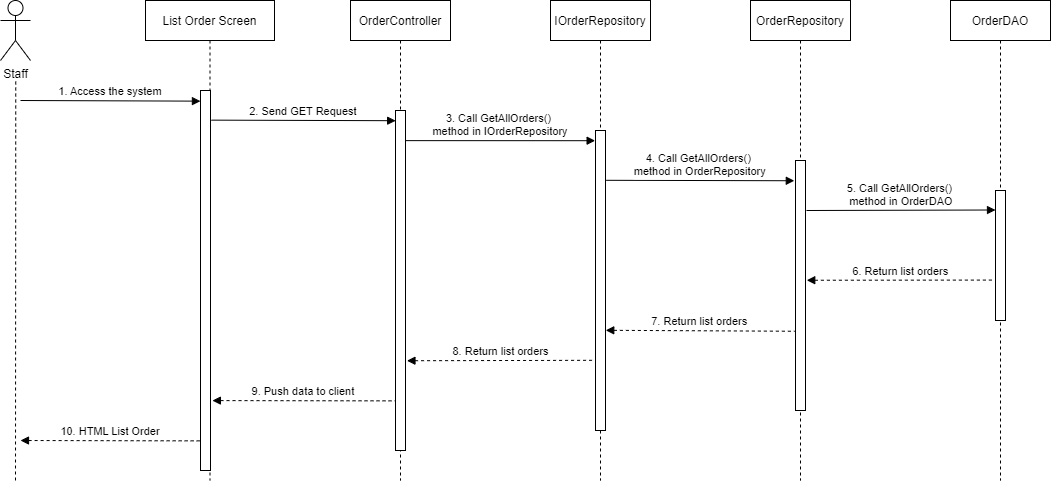
This is Documentation/Diagram/Sequence Diagrams/(Staff) List Order Sequence Diagram.drawio.png from nguyenthegiang/fu-house-finder, a draw.io export, as it was before one commit. Source tidied: cells renumbered, new cells last; positions are measured from the earlier drawing's top-left corner, leaving out a move shared by most shapes.
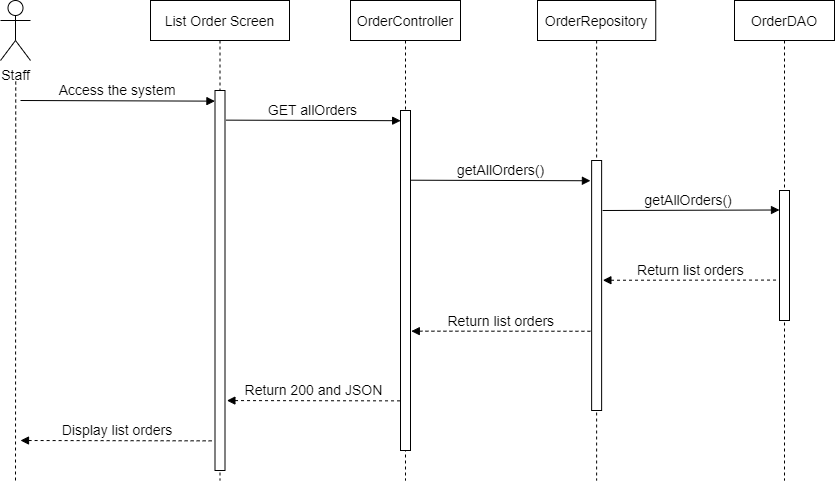
The same diagram one commit later.

Diff of the diagram source:
```diff
@@ -2,80 +2,66 @@
   <root>
     <mxCell id="0" />
     <mxCell id="1" parent="0" />
-    <mxCell id="2" value="List Order Screen" style="shape=umlLifeline;perimeter=lifelinePerimeter;rounded=0;shadow=0;strokeWidth=1;" parent="1" vertex="1">
-      <mxGeometry x="145" width="129" height="480" as="geometry" />
+    <mxCell id="2" value="List Order Screen" style="shape=umlLifeline;perimeter=lifelinePerimeter;rounded=0;shadow=0;strokeWidth=1;fontSize=14;" parent="1" vertex="1">
+      <mxGeometry x="226" y="639" width="139" height="480" as="geometry" />
     </mxCell>
-    <mxCell id="3" style="points=[];perimeter=orthogonalPerimeter;rounded=0;shadow=0;strokeWidth=1;" parent="2" vertex="1">
-      <mxGeometry x="55" y="90" width="10" height="380" as="geometry" />
-    </mxCell>
+    <mxCell id="24" style="points=[];perimeter=orthogonalPerimeter;rounded=0;shadow=0;strokeWidth=1;fontSize=14;" parent="2" vertex="1">
+      <mxGeometry x="64.5" y="90" width="10" height="380" as="geometry" />
+    </mxCell>
-    <mxCell id="4" value="OrderController" style="shape=umlLifeline;perimeter=lifelinePerimeter;rounded=0;shadow=0;strokeWidth=1;" parent="1" vertex="1">
-      <mxGeometry x="350" width="100" height="480" as="geometry" />
+    <mxCell id="4" value="OrderController" style="shape=umlLifeline;perimeter=lifelinePerimeter;rounded=0;shadow=0;strokeWidth=1;fontSize=14;" parent="1" vertex="1">
+      <mxGeometry x="426" y="639" width="110" height="480" as="geometry" />
     </mxCell>
-    <mxCell id="5" style="points=[];perimeter=orthogonalPerimeter;rounded=0;shadow=0;strokeWidth=1;" parent="4" vertex="1">
-      <mxGeometry x="45" y="110" width="10" height="340" as="geometry" />
-    </mxCell>
+    <mxCell id="25" style="points=[];perimeter=orthogonalPerimeter;rounded=0;shadow=0;strokeWidth=1;fontSize=14;" parent="4" vertex="1">
+      <mxGeometry x="50" y="110" width="10" height="340" as="geometry" />
+    </mxCell>
-    <mxCell id="6" value="Staff" style="shape=umlActor;verticalLabelPosition=bottom;verticalAlign=top;html=1;" parent="1" vertex="1">
-      <mxGeometry width="30" height="60" as="geometry" />
+    <mxCell id="6" value="Staff" style="shape=umlActor;verticalLabelPosition=bottom;verticalAlign=top;html=1;fontSize=14;" parent="1" vertex="1">
+      <mxGeometry x="76" y="639" width="30" height="60" as="geometry" />
     </mxCell>
-    <mxCell id="7" style="endArrow=none;dashed=1;html=1;rounded=0;startArrow=none;" parent="1" edge="1">
-      <mxGeometry relative="1" as="geometry">
-        <mxPoint x="15" y="480" as="sourcePoint" />
-        <mxPoint x="15.2" y="80" as="targetPoint" />
-      </mxGeometry>
-    </mxCell>
-    <mxCell id="8" value="1. Access the system" style="verticalAlign=bottom;endArrow=block;entryX=-0.007;entryY=0.028;shadow=0;strokeWidth=1;entryDx=0;entryDy=0;entryPerimeter=0;" parent="1" edge="1" target="3">
-      <mxGeometry relative="1" as="geometry">
-        <mxPoint x="20" y="100" as="sourcePoint" />
-      </mxGeometry>
-    </mxCell>
-    <mxCell id="9" value="2. Send GET Request" style="verticalAlign=bottom;endArrow=block;shadow=0;strokeWidth=1;entryX=0.016;entryY=0.03;entryDx=0;entryDy=0;entryPerimeter=0;exitX=1.094;exitY=0.078;exitDx=0;exitDy=0;exitPerimeter=0;" parent="1" edge="1" source="3" target="5">
-      <mxGeometry relative="1" as="geometry" />
-    </mxCell>
-    <mxCell id="10" value="IOrderRepository" style="shape=umlLifeline;perimeter=lifelinePerimeter;rounded=0;shadow=0;strokeWidth=1;" parent="1" vertex="1">
-      <mxGeometry x="550" width="100" height="480" as="geometry" />
-    </mxCell>
-    <mxCell id="11" style="points=[];perimeter=orthogonalPerimeter;rounded=0;shadow=0;strokeWidth=1;" parent="10" vertex="1">
-      <mxGeometry x="45" y="130" width="10" height="300" as="geometry" />
-    </mxCell>
-    <mxCell id="12" value="3. Call GetAllOrders()  &#10;method in IOrderRepository" style="verticalAlign=bottom;endArrow=block;shadow=0;strokeWidth=1;entryX=-0.037;entryY=0.034;entryDx=0;entryDy=0;entryPerimeter=0;exitX=1.019;exitY=0.159;exitDx=0;exitDy=0;exitPerimeter=0;" parent="10" edge="1" target="11">
-      <mxGeometry relative="1" as="geometry">
-        <mxPoint x="-145" y="140.1" as="sourcePoint" />
-      </mxGeometry>
-    </mxCell>
+    <mxCell id="26" style="endArrow=none;dashed=1;html=1;rounded=0;startArrow=none;fontSize=14;" parent="1" edge="1">
+      <mxGeometry relative="1" as="geometry">
+        <mxPoint x="91" y="1119" as="sourcePoint" />
+        <mxPoint x="91.2" y="719" as="targetPoint" />
+      </mxGeometry>
+    </mxCell>
+    <mxCell id="27" value="Access the system" style="verticalAlign=bottom;endArrow=block;entryX=-0.007;entryY=0.028;shadow=0;strokeWidth=1;entryDx=0;entryDy=0;entryPerimeter=0;fontSize=14;" parent="1" edge="1" target="24">
+      <mxGeometry relative="1" as="geometry">
+        <mxPoint x="96" y="739" as="sourcePoint" />
+      </mxGeometry>
+    </mxCell>
+    <mxCell id="28" value="GET allOrders" style="verticalAlign=bottom;endArrow=block;shadow=0;strokeWidth=1;entryX=0.016;entryY=0.03;entryDx=0;entryDy=0;entryPerimeter=0;exitX=1.094;exitY=0.078;exitDx=0;exitDy=0;exitPerimeter=0;fontSize=14;" parent="1" edge="1" source="24" target="25">
+      <mxGeometry relative="1" as="geometry" />
+    </mxCell>
-    <mxCell id="13" value="OrderRepository" style="shape=umlLifeline;perimeter=lifelinePerimeter;rounded=0;shadow=0;strokeWidth=1;" parent="1" vertex="1">
-      <mxGeometry x="750" width="100" height="480" as="geometry" />
+    <mxCell id="13" value="OrderRepository" style="shape=umlLifeline;perimeter=lifelinePerimeter;rounded=0;shadow=0;strokeWidth=1;fontSize=14;" parent="1" vertex="1">
+      <mxGeometry x="613" y="639" width="118.2" height="480" as="geometry" />
     </mxCell>
-    <mxCell id="14" style="points=[];perimeter=orthogonalPerimeter;rounded=0;shadow=0;strokeWidth=1;" parent="13" vertex="1">
-      <mxGeometry x="45" y="160" width="10" height="250" as="geometry" />
-    </mxCell>
+    <mxCell id="29" style="points=[];perimeter=orthogonalPerimeter;rounded=0;shadow=0;strokeWidth=1;fontSize=14;" parent="13" vertex="1">
+      <mxGeometry x="54.1" y="160" width="10" height="250" as="geometry" />
+    </mxCell>
-    <mxCell id="15" value="OrderDAO" style="shape=umlLifeline;perimeter=lifelinePerimeter;rounded=0;shadow=0;strokeWidth=1;" parent="1" vertex="1">
-      <mxGeometry x="950" width="100" height="480" as="geometry" />
+    <mxCell id="15" value="OrderDAO" style="shape=umlLifeline;perimeter=lifelinePerimeter;rounded=0;shadow=0;strokeWidth=1;fontSize=14;" parent="1" vertex="1">
+      <mxGeometry x="810" y="639" width="100" height="480" as="geometry" />
     </mxCell>
-    <mxCell id="16" style="points=[];perimeter=orthogonalPerimeter;rounded=0;shadow=0;strokeWidth=1;" parent="15" vertex="1">
-      <mxGeometry x="45" y="190" width="10" height="130" as="geometry" />
-    </mxCell>
-    <mxCell id="17" value="4. Call GetAllOrders()  &#10;method in OrderRepository" style="verticalAlign=bottom;endArrow=block;shadow=0;strokeWidth=1;exitX=1.076;exitY=0.166;exitDx=0;exitDy=0;exitPerimeter=0;entryX=-0.12;entryY=0.081;entryDx=0;entryDy=0;entryPerimeter=0;" parent="1" edge="1" source="11" target="14">
-      <mxGeometry relative="1" as="geometry" />
-    </mxCell>
-    <mxCell id="18" value="5. Call GetAllOrders()  &#10;method in OrderDAO" style="verticalAlign=bottom;endArrow=block;shadow=0;strokeWidth=1;exitX=1.097;exitY=0.2;exitDx=0;exitDy=0;exitPerimeter=0;entryX=0;entryY=0.15;entryDx=0;entryDy=0;entryPerimeter=0;" parent="1" edge="1" source="14" target="16">
-      <mxGeometry relative="1" as="geometry" />
-    </mxCell>
-    <mxCell id="19" value="6. Return list orders" style="verticalAlign=bottom;endArrow=none;shadow=0;strokeWidth=1;entryX=-0.102;entryY=0.689;entryDx=0;entryDy=0;entryPerimeter=0;endFill=0;startArrow=block;startFill=1;dashed=1;exitX=1.126;exitY=0.479;exitDx=0;exitDy=0;exitPerimeter=0;" parent="1" edge="1" source="14" target="16">
-      <mxGeometry relative="1" as="geometry" />
-    </mxCell>
-    <mxCell id="20" value="7. Return list orders" style="verticalAlign=bottom;endArrow=none;shadow=0;strokeWidth=1;endFill=0;startArrow=block;startFill=1;dashed=1;exitX=1.025;exitY=0.666;exitDx=0;exitDy=0;exitPerimeter=0;entryX=-0.079;entryY=0.683;entryDx=0;entryDy=0;entryPerimeter=0;" parent="1" edge="1" source="11" target="14">
-      <mxGeometry relative="1" as="geometry" />
-    </mxCell>
-    <mxCell id="21" value="8. Return list orders" style="verticalAlign=bottom;endArrow=none;shadow=0;strokeWidth=1;entryX=-0.109;entryY=0.766;entryDx=0;entryDy=0;entryPerimeter=0;endFill=0;startArrow=block;startFill=1;dashed=1;exitX=1.145;exitY=0.736;exitDx=0;exitDy=0;exitPerimeter=0;" parent="1" edge="1" source="5" target="11">
-      <mxGeometry relative="1" as="geometry" />
-    </mxCell>
-    <mxCell id="22" value="9. Push data to client" style="verticalAlign=bottom;endArrow=none;shadow=0;strokeWidth=1;entryX=-0.049;entryY=0.854;entryDx=0;entryDy=0;entryPerimeter=0;endFill=0;startArrow=block;startFill=1;dashed=1;exitX=1.19;exitY=0.816;exitDx=0;exitDy=0;exitPerimeter=0;" parent="1" edge="1" source="3" target="5">
-      <mxGeometry relative="1" as="geometry" />
-    </mxCell>
-    <mxCell id="23" value="10. HTML List Order" style="verticalAlign=bottom;endArrow=none;shadow=0;strokeWidth=1;entryX=-0.034;entryY=0.922;entryDx=0;entryDy=0;entryPerimeter=0;endFill=0;startArrow=block;startFill=1;dashed=1;" parent="1" edge="1" target="3">
-      <mxGeometry relative="1" as="geometry">
-        <mxPoint x="20" y="440" as="sourcePoint" />
-      </mxGeometry>
-    </mxCell>
+    <mxCell id="30" style="points=[];perimeter=orthogonalPerimeter;rounded=0;shadow=0;strokeWidth=1;fontSize=14;" parent="15" vertex="1">
+      <mxGeometry x="45" y="190" width="10" height="130" as="geometry" />
+    </mxCell>
+    <mxCell id="31" value="getAllOrders()" style="verticalAlign=bottom;endArrow=block;shadow=0;strokeWidth=1;entryX=-0.12;entryY=0.081;entryDx=0;entryDy=0;entryPerimeter=0;fontSize=14;exitX=1.062;exitY=0.205;exitDx=0;exitDy=0;exitPerimeter=0;" parent="1" edge="1" source="25" target="29">
+      <mxGeometry relative="1" as="geometry" />
+    </mxCell>
+    <mxCell id="32" value="getAllOrders() " style="verticalAlign=bottom;endArrow=block;shadow=0;strokeWidth=1;exitX=1.097;exitY=0.2;exitDx=0;exitDy=0;exitPerimeter=0;entryX=0;entryY=0.15;entryDx=0;entryDy=0;entryPerimeter=0;fontSize=14;" parent="1" edge="1" source="29" target="30">
+      <mxGeometry relative="1" as="geometry" />
+    </mxCell>
+    <mxCell id="33" value="Return list orders" style="verticalAlign=bottom;endArrow=none;shadow=0;strokeWidth=1;entryX=-0.102;entryY=0.689;entryDx=0;entryDy=0;entryPerimeter=0;endFill=0;startArrow=block;startFill=1;dashed=1;exitX=1.126;exitY=0.479;exitDx=0;exitDy=0;exitPerimeter=0;fontSize=14;" parent="1" edge="1" source="29" target="30">
+      <mxGeometry relative="1" as="geometry" />
+    </mxCell>
+    <mxCell id="34" value="Return list orders" style="verticalAlign=bottom;endArrow=none;shadow=0;strokeWidth=1;endFill=0;startArrow=block;startFill=1;dashed=1;entryX=-0.079;entryY=0.683;entryDx=0;entryDy=0;entryPerimeter=0;fontSize=14;exitX=1.081;exitY=0.649;exitDx=0;exitDy=0;exitPerimeter=0;" parent="1" edge="1" source="25" target="29">
+      <mxGeometry relative="1" as="geometry" />
+    </mxCell>
+    <mxCell id="35" value="Return 200 and JSON" style="verticalAlign=bottom;endArrow=none;shadow=0;strokeWidth=1;entryX=-0.049;entryY=0.854;entryDx=0;entryDy=0;entryPerimeter=0;endFill=0;startArrow=block;startFill=1;dashed=1;exitX=1.19;exitY=0.816;exitDx=0;exitDy=0;exitPerimeter=0;fontSize=14;" parent="1" edge="1" source="24" target="25">
+      <mxGeometry relative="1" as="geometry" />
+    </mxCell>
+    <mxCell id="36" value="Display list orders" style="verticalAlign=bottom;endArrow=none;shadow=0;strokeWidth=1;entryX=-0.034;entryY=0.922;entryDx=0;entryDy=0;entryPerimeter=0;endFill=0;startArrow=block;startFill=1;dashed=1;fontSize=14;" parent="1" edge="1" target="24">
+      <mxGeometry relative="1" as="geometry">
+        <mxPoint x="96" y="1079" as="sourcePoint" />
+      </mxGeometry>
+    </mxCell>
   </root>
 </mxGraphModel>
```
